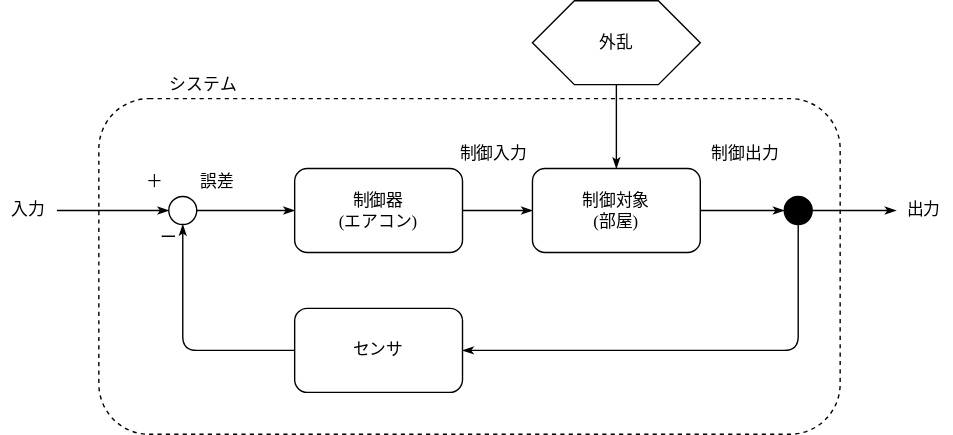
kx198x/kx198x.github.io keeps this draw.io diagram as assets/fig/20220626/control_system.svg. Above is the earlier version. Source tidied: cells renumbered, new cells last; positions are measured from the earlier drawing's top-left corner, leaving out a move shared by most shapes.
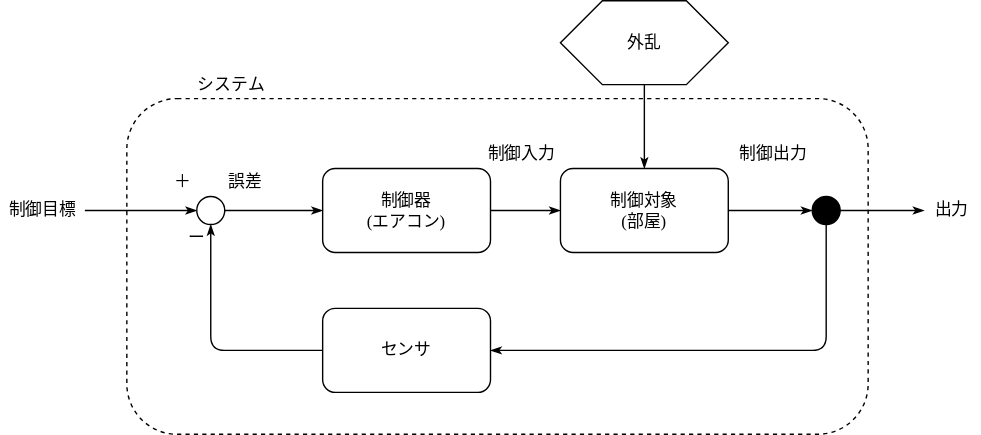
Later version of the same file.

The edit, as a diff of the source:
```diff
@@ -70,8 +70,8 @@
     <mxCell id="22" value="システム" style="text;html=1;strokeColor=none;fillColor=none;align=center;verticalAlign=middle;whiteSpace=wrap;rounded=0;" parent="1" vertex="1">
       <mxGeometry x="110" y="50" width="70" height="20" as="geometry" />
     </mxCell>
-    <mxCell id="23" value="入力" style="text;html=1;strokeColor=none;fillColor=none;align=center;verticalAlign=middle;whiteSpace=wrap;rounded=0;" parent="1" vertex="1">
-      <mxGeometry y="140" width="40" height="20" as="geometry" />
+    <mxCell id="23" value="制御目標" style="text;html=1;strokeColor=none;fillColor=none;align=center;verticalAlign=middle;whiteSpace=wrap;rounded=0;" parent="1" vertex="1">
+      <mxGeometry x="-20" y="140" width="60" height="20" as="geometry" />
     </mxCell>
     <mxCell id="24" value="出力" style="text;html=1;strokeColor=none;fillColor=none;align=center;verticalAlign=middle;whiteSpace=wrap;rounded=0;" parent="1" vertex="1">
       <mxGeometry x="640" y="140" width="40" height="20" as="geometry" />
```
